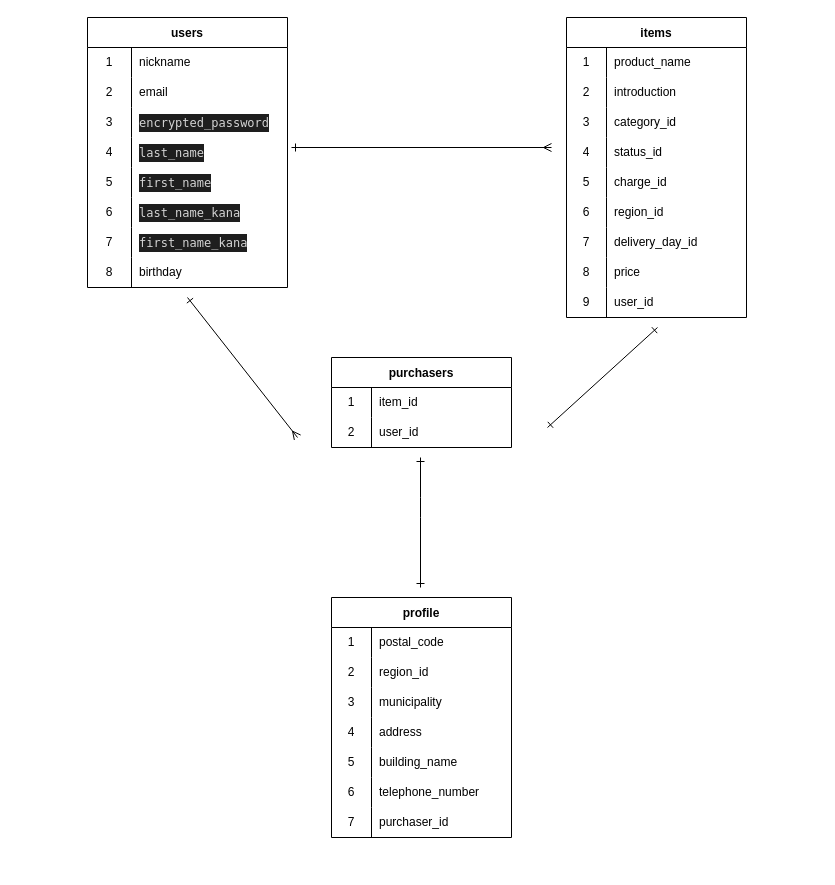
Above: furima.dio in sawasawashu/furima-38849 (draw.io), before the change. Source tidied: cells renumbered, new cells numbered last; positions are measured from the earlier drawing's top-left corner, leaving out a move shared by most shapes. Both pictures are drawn from the tidied source at 100%, with x=0, y=0 at pixel (87, 17).
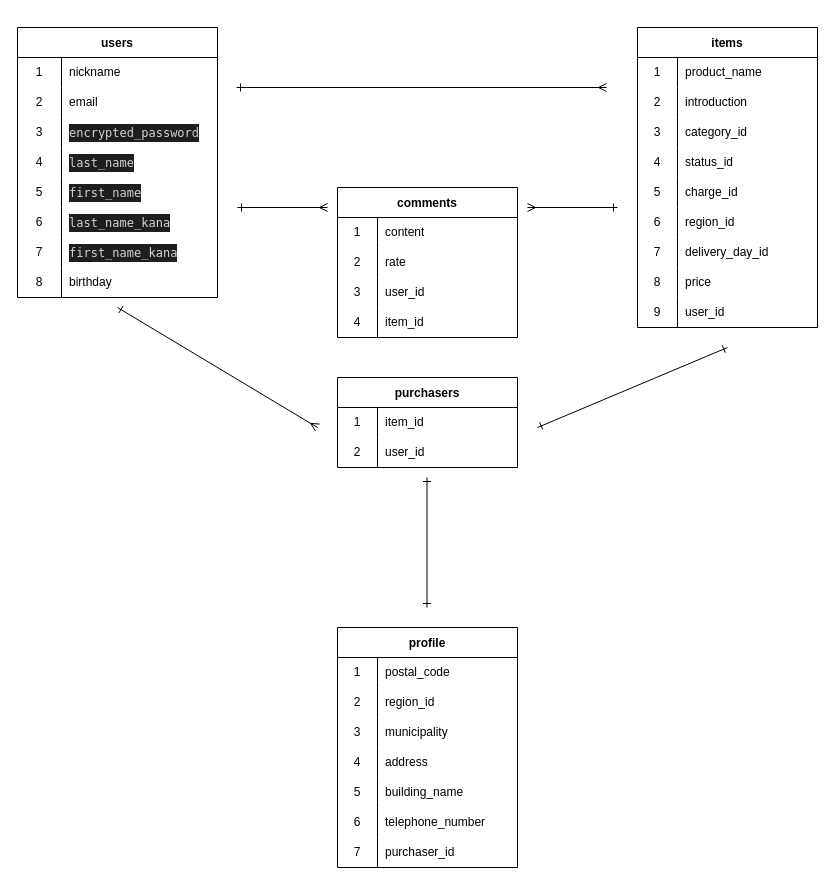
The same page after the edit.

Change to the diagram source:
```diff
@@
     <mxCell id="2" value="users" style="shape=table;startSize=30;childLayout=tableLayout;rowLines=0;fontStyle=1;" parent="1" vertex="1">
-      <mxGeometry width="200" height="270" as="geometry" />
+      <mxGeometry x="-70" y="10" width="200" height="270" as="geometry" />
     </mxCell>
@@
     <mxCell id="27" value="items" style="shape=table;startSize=30;childLayout=tableLayout;rowLines=0;fontStyle=1;" parent="1" vertex="1">
-      <mxGeometry x="479" width="180" height="300" as="geometry" />
+      <mxGeometry x="550" y="10" width="180" height="300" as="geometry" />
     </mxCell>
@@
     <mxCell id="55" style="endArrow=ERmany;html=1;startArrow=ERone;startFill=0;endFill=0;" parent="1" edge="1">
       <mxGeometry relative="1" as="geometry">
-        <mxPoint x="204" y="130" as="sourcePoint" />
-        <mxPoint x="464" y="130" as="targetPoint" />
+        <mxPoint x="149" y="70" as="sourcePoint" />
+        <mxPoint x="519" y="70" as="targetPoint" />
       </mxGeometry>
     </mxCell>
     <mxCell id="56" value="purchasers" style="shape=table;startSize=30;childLayout=tableLayout;rowLines=0;fontStyle=1;" parent="1" vertex="1">
-      <mxGeometry x="244" y="340" width="180" height="90" as="geometry" />
+      <mxGeometry x="250" y="360" width="180" height="90" as="geometry" />
     </mxCell>
@@
     <mxCell id="63" style="endArrow=ERone;html=1;startArrow=ERone;startFill=0;endFill=0;" parent="1" edge="1">
       <mxGeometry relative="1" as="geometry">
-        <mxPoint x="460" y="410" as="sourcePoint" />
-        <mxPoint x="570" y="310" as="targetPoint" />
+        <mxPoint x="450" y="410" as="sourcePoint" />
+        <mxPoint x="640" y="330" as="targetPoint" />
       </mxGeometry>
     </mxCell>
     <mxCell id="64" style="endArrow=ERone;html=1;startArrow=ERone;startFill=0;endFill=0;" parent="1" edge="1">
       <mxGeometry relative="1" as="geometry">
-        <mxPoint x="333" y="570" as="sourcePoint" />
-        <mxPoint x="333" y="440" as="targetPoint" />
+        <mxPoint x="339.5" y="590" as="sourcePoint" />
+        <mxPoint x="339.5" y="460" as="targetPoint" />
         <Array as="points">
-          <mxPoint x="333" y="490" />
+          <mxPoint x="339.5" y="510" />
         </Array>
       </mxGeometry>
     </mxCell>
     <mxCell id="65" value="profile" style="shape=table;startSize=30;childLayout=tableLayout;rowLines=0;fontStyle=1;" parent="1" vertex="1">
-      <mxGeometry x="244" y="580" width="180" height="240" as="geometry" />
+      <mxGeometry x="250" y="610" width="180" height="240" as="geometry" />
     </mxCell>
@@
     <mxCell id="87" style="endArrow=ERmany;html=1;startArrow=ERone;startFill=0;endFill=0;" parent="1" edge="1">
       <mxGeometry relative="1" as="geometry">
-        <mxPoint x="100" y="280" as="sourcePoint" />
-        <mxPoint x="210" y="420" as="targetPoint" />
+        <mxPoint x="30" y="290" as="sourcePoint" />
+        <mxPoint x="230" y="410" as="targetPoint" />
       </mxGeometry>
     </mxCell>
+    <mxCell id="88" style="endArrow=ERone;html=1;startArrow=ERmany;startFill=0;endFill=0;" parent="1" edge="1">
+      <mxGeometry relative="1" as="geometry">
+        <mxPoint x="440" y="190" as="sourcePoint" />
+        <mxPoint x="530" y="190" as="targetPoint" />
+      </mxGeometry>
+    </mxCell>
+    <mxCell id="89" style="endArrow=ERmany;html=1;startArrow=ERone;startFill=0;endFill=0;" parent="1" edge="1">
+      <mxGeometry relative="1" as="geometry">
+        <mxPoint x="150" y="190" as="sourcePoint" />
+        <mxPoint x="240" y="190" as="targetPoint" />
+      </mxGeometry>
+    </mxCell>
+    <mxCell id="90" value="comments" style="shape=table;startSize=30;childLayout=tableLayout;rowLines=0;fontStyle=1;" parent="1" vertex="1">
+      <mxGeometry x="250" y="170" width="180" height="150" as="geometry" />
+    </mxCell>
+    <mxCell id="91" style="shape=tableRow;horizontal=0;startSize=0;swimlaneHead=0;swimlaneBody=0;top=0;left=0;bottom=0;right=0;fillColor=none;" parent="90" vertex="1">
+      <mxGeometry y="30" width="180" height="30" as="geometry" />
+    </mxCell>
+    <mxCell id="92" value="1" style="shape=partialRectangle;html=1;whiteSpace=wrap;fillColor=none;top=0;left=0;bottom=0;right=0;overflow=hidden;" parent="91" vertex="1">
+      <mxGeometry width="40" height="30" as="geometry" />
+    </mxCell>
+    <mxCell id="93" value="content" style="shape=partialRectangle;html=1;whiteSpace=wrap;fillColor=none;top=0;left=0;bottom=0;right=0;align=left;spacingLeft=6;overflow=hidden;" parent="91" vertex="1">
+      <mxGeometry x="40" width="140" height="30" as="geometry" />
+    </mxCell>
+    <mxCell id="94" style="shape=tableRow;horizontal=0;startSize=0;swimlaneHead=0;swimlaneBody=0;top=0;left=0;bottom=0;right=0;fillColor=none;" parent="90" vertex="1">
+      <mxGeometry y="60" width="180" height="30" as="geometry" />
+    </mxCell>
+    <mxCell id="95" value="2" style="shape=partialRectangle;html=1;whiteSpace=wrap;fillColor=none;top=0;left=0;bottom=0;right=0;overflow=hidden;" parent="94" vertex="1">
+      <mxGeometry width="40" height="30" as="geometry" />
+    </mxCell>
+    <mxCell id="96" value="rate" style="shape=partialRectangle;html=1;whiteSpace=wrap;fillColor=none;top=0;left=0;bottom=0;right=0;align=left;spacingLeft=6;overflow=hidden;" parent="94" vertex="1">
+      <mxGeometry x="40" width="140" height="30" as="geometry" />
+    </mxCell>
+    <mxCell id="97" style="shape=tableRow;horizontal=0;startSize=0;swimlaneHead=0;swimlaneBody=0;top=0;left=0;bottom=0;right=0;fillColor=none;" parent="90" vertex="1">
+      <mxGeometry y="90" width="180" height="30" as="geometry" />
+    </mxCell>
+    <mxCell id="98" value="3" style="shape=partialRectangle;html=1;whiteSpace=wrap;fillColor=none;top=0;left=0;bottom=0;right=0;overflow=hidden;" parent="97" vertex="1">
+      <mxGeometry width="40" height="30" as="geometry" />
+    </mxCell>
+    <mxCell id="99" value="user_id" style="shape=partialRectangle;html=1;whiteSpace=wrap;fillColor=none;top=0;left=0;bottom=0;right=0;align=left;spacingLeft=6;overflow=hidden;" parent="97" vertex="1">
+      <mxGeometry x="40" width="140" height="30" as="geometry" />
+    </mxCell>
+    <mxCell id="100" style="shape=tableRow;horizontal=0;startSize=0;swimlaneHead=0;swimlaneBody=0;top=0;left=0;bottom=0;right=0;fillColor=none;" parent="90" vertex="1">
+      <mxGeometry y="120" width="180" height="30" as="geometry" />
+    </mxCell>
+    <mxCell id="101" value="4" style="shape=partialRectangle;html=1;whiteSpace=wrap;fillColor=none;top=0;left=0;bottom=0;right=0;overflow=hidden;" parent="100" vertex="1">
+      <mxGeometry width="40" height="30" as="geometry" />
+    </mxCell>
+    <mxCell id="102" value="item_id" style="shape=partialRectangle;html=1;whiteSpace=wrap;fillColor=none;top=0;left=0;bottom=0;right=0;align=left;spacingLeft=6;overflow=hidden;" parent="100" vertex="1">
+      <mxGeometry x="40" width="140" height="30" as="geometry" />
+    </mxCell>
```
